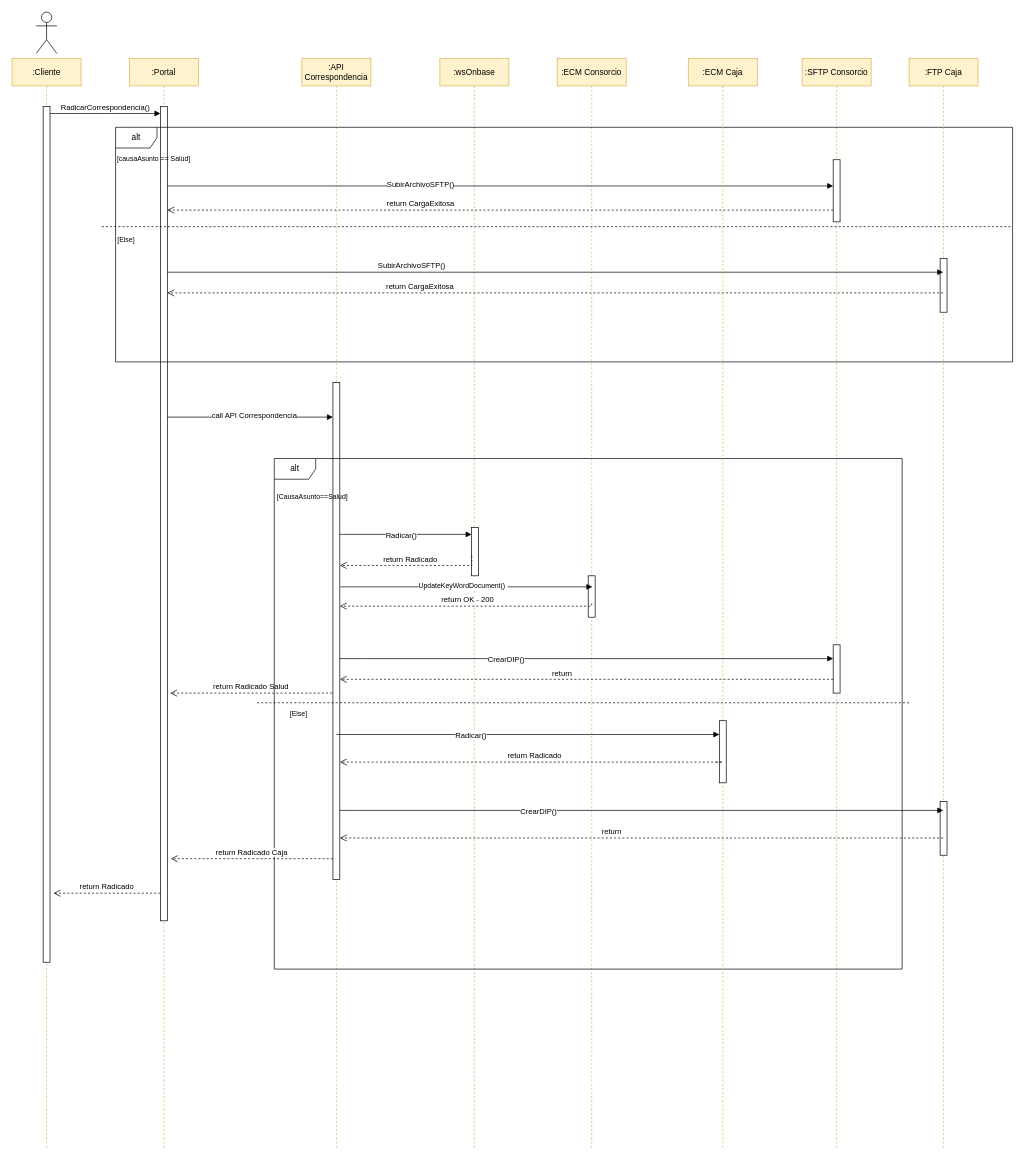
Before: Sequence diagram Correspondencia.drawio in carlosvalderrama1204/BuzonFactura, a draw.io diagram. Source tidied: cells renumbered, new cells numbered last; positions are measured from the earlier drawing's top-left corner, leaving out a move shared by most shapes. Both pictures are drawn from the tidied source at 69%, with x=0, y=0 at pixel (12, 12).
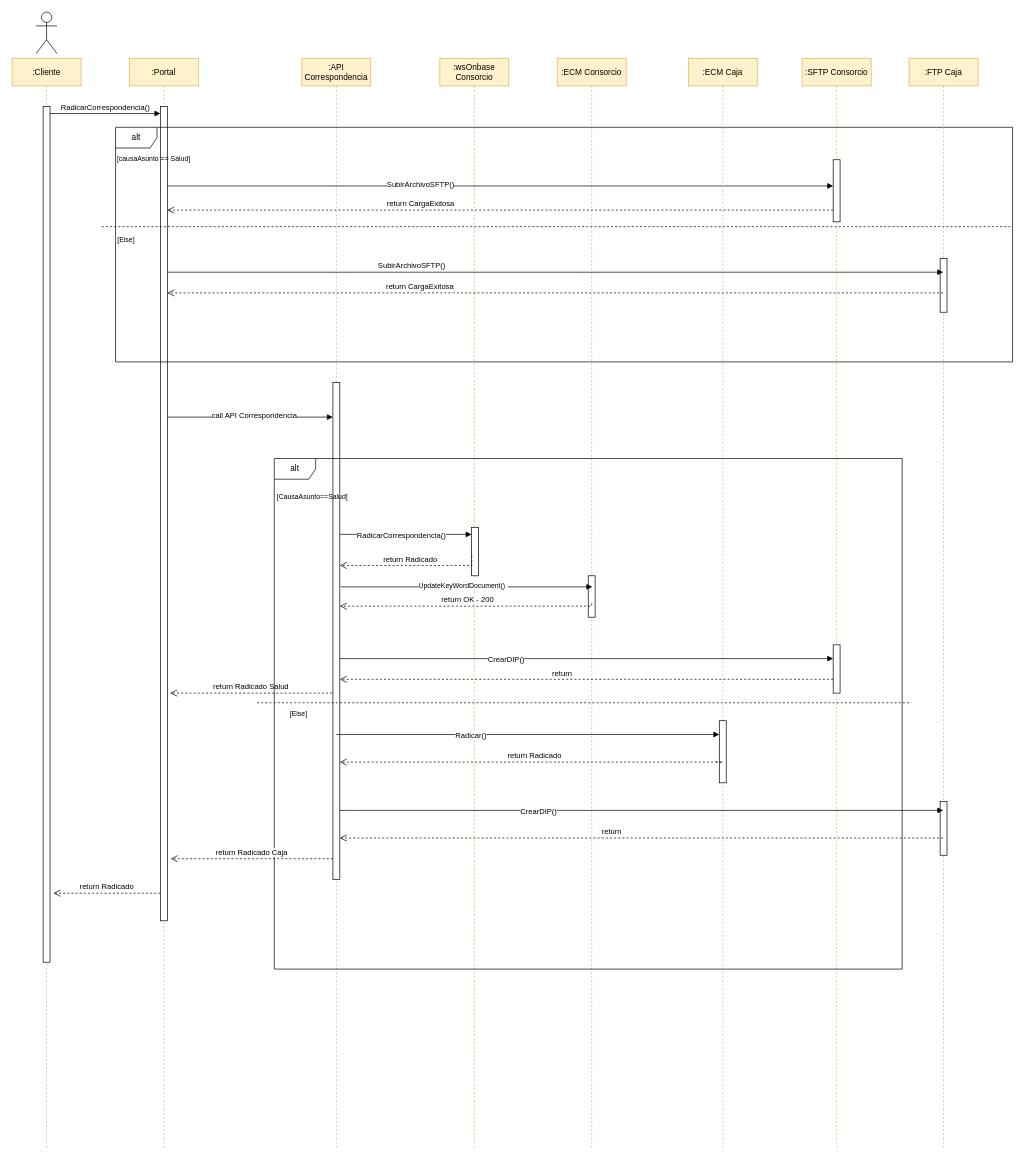
The same page after the edit.

Unchanged cells that the change refers to:
```xml
<mxCell id="24" style="html=1;verticalAlign=bottom;endArrow=block;edgeStyle=elbowEdgeStyle;elbow=vertical;curved=0;rounded=0;" parent="1" edge="1" source="12" target="14">
  <mxGeometry relative="1" as="geometry">
    <Array as="points">
      <mxPoint x="480" y="757" />
    </Array>
  </mxGeometry>
</mxCell>
```

The edit, as a diff of the source:
```diff
@@
-    <mxCell id="13" value=":wsOnbase" style="shape=umlLifeline;perimeter=lifelinePerimeter;whiteSpace=wrap;html=1;newEdgeStyle={&quot;edgeStyle&quot;:&quot;elbowEdgeStyle&quot;,&quot;elbow&quot;:&quot;vertical&quot;,&quot;curved&quot;:0,&quot;rounded&quot;:0};fillColor=#fff2cc;strokeColor=#d6b656;" parent="1" vertex="1">
+    <mxCell id="13" value=":wsOnbase Consorcio" style="shape=umlLifeline;perimeter=lifelinePerimeter;whiteSpace=wrap;html=1;newEdgeStyle={&quot;edgeStyle&quot;:&quot;elbowEdgeStyle&quot;,&quot;elbow&quot;:&quot;vertical&quot;,&quot;curved&quot;:0,&quot;rounded&quot;:0};fillColor=#fff2cc;strokeColor=#d6b656;" parent="1" vertex="1">
       <mxGeometry x="620" y="67" width="100" height="1580" as="geometry" />
     </mxCell>
@@
-    <mxCell id="25" value="Radicar()" style="edgeLabel;html=1;align=center;verticalAlign=middle;" parent="24" vertex="1">
+    <mxCell id="25" value="RadicarCorrespondencia()" style="edgeLabel;html=1;align=center;verticalAlign=middle;" parent="24" vertex="1">
       <mxGeometry x="-0.42" y="-1" relative="1" as="geometry">
         <mxPoint x="33" as="offset" />
       </mxGeometry>
     </mxCell>
```
